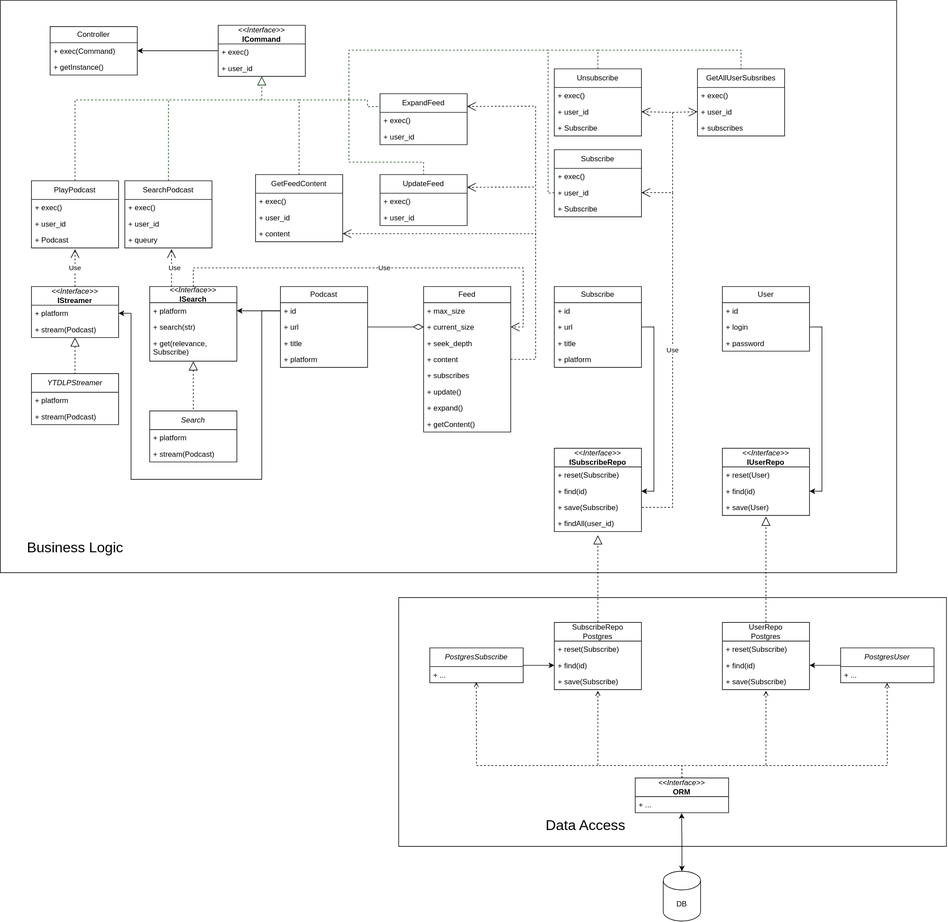
Above: img/UML.svg in TwoTeaToTwo/IU7_Software_Design (draw.io), before the change. Source tidied: cells renumbered, new cells last; positions are measured from the earlier drawing's top-left corner, leaving out a move shared by most shapes.
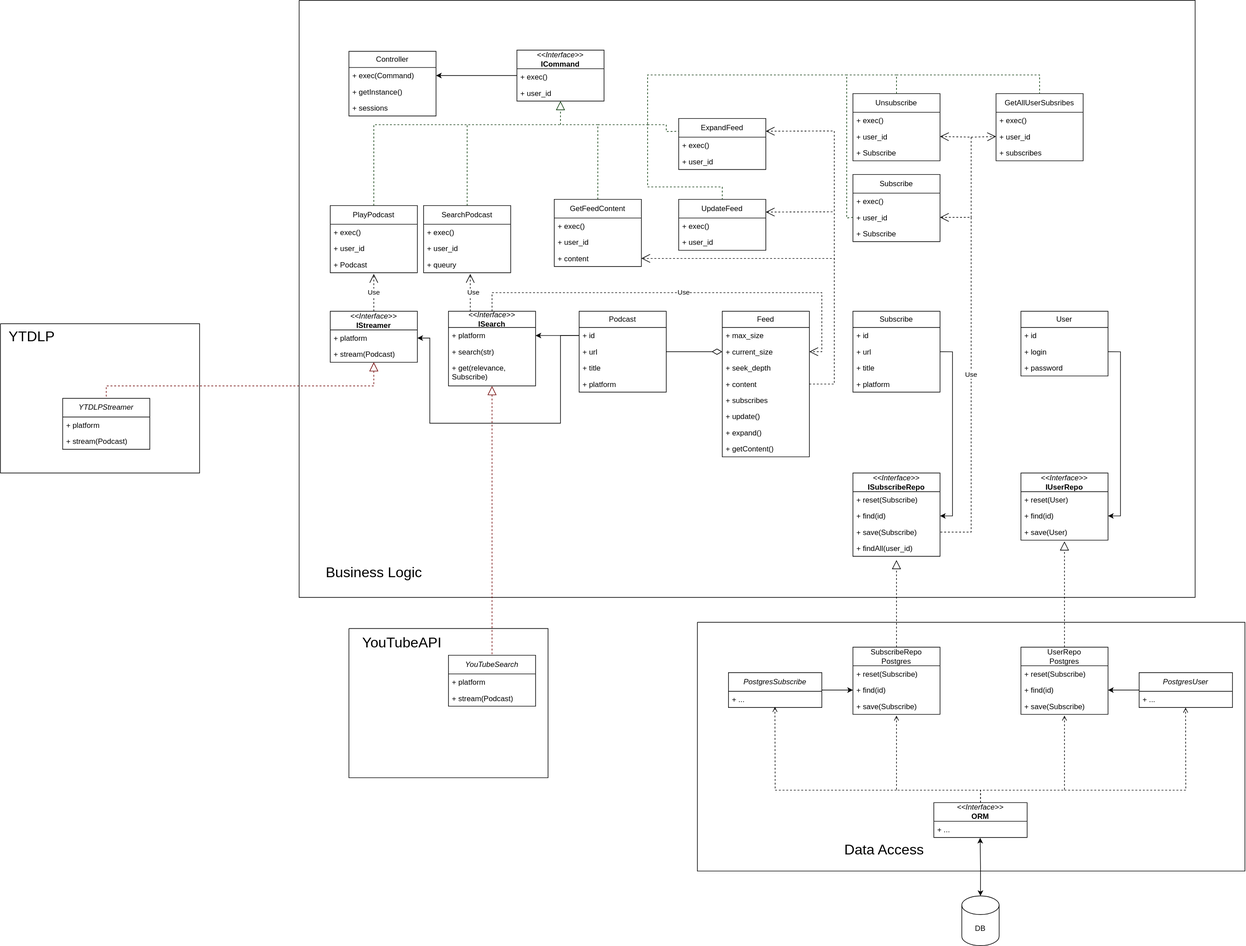
Above is the later version.

The edit, as a diff of the source:
```diff
@@ -132,13 +132,16 @@
       <mxGeometry y="82" width="140" height="26" as="geometry" />
     </mxCell>
     <mxCell id="43" value="Controller" style="swimlane;fontStyle=0;horizontal=1;startSize=26;fillColor=none;whiteSpace=wrap;html=1;" parent="1" vertex="1">
-      <mxGeometry x="80" y="42" width="140" height="78" as="geometry" />
+      <mxGeometry x="80" y="42" width="140" height="104" as="geometry" />
     </mxCell>
     <mxCell id="44" value="+ exec(Command)" style="text;strokeColor=none;fillColor=none;align=left;verticalAlign=top;spacingLeft=4;spacingRight=4;overflow=hidden;points=[[0,0.5],[1,0.5]];portConstraint=eastwest;whiteSpace=wrap;html=1;" parent="43" vertex="1">
       <mxGeometry y="26" width="140" height="26" as="geometry" />
     </mxCell>
+    <mxCell id="136" value="+ getInstance()" style="text;strokeColor=none;fillColor=none;align=left;verticalAlign=top;spacingLeft=4;spacingRight=4;overflow=hidden;whiteSpace=wrap;html=1;" parent="43" vertex="1">
+      <mxGeometry y="52" width="140" height="26" as="geometry" />
+    </mxCell>
-    <mxCell id="45" value="+ getInstance()" style="text;strokeColor=none;fillColor=none;align=left;verticalAlign=top;spacingLeft=4;spacingRight=4;overflow=hidden;whiteSpace=wrap;html=1;" parent="43" vertex="1">
-      <mxGeometry y="52" width="140" height="26" as="geometry" />
+    <mxCell id="45" value="+ sessions" style="text;strokeColor=none;fillColor=none;align=left;verticalAlign=top;spacingLeft=4;spacingRight=4;overflow=hidden;whiteSpace=wrap;html=1;" parent="43" vertex="1">
+      <mxGeometry y="78" width="140" height="26" as="geometry" />
     </mxCell>
     <mxCell id="46" style="edgeStyle=orthogonalEdgeStyle;rounded=0;jettySize=auto;html=1;exitX=0;exitY=0.5;exitDx=0;exitDy=0;entryX=1;entryY=0.5;entryDx=0;entryDy=0;" parent="1" edge="1" source="47" target="44">
       <mxGeometry relative="1" as="geometry" />
@@ -163,10 +166,10 @@
     </mxCell>
     <mxCell id="51" style="endArrow=none;html=1;rounded=0;" parent="1" edge="1">
       <mxGeometry relative="1" as="geometry">
-        <mxPoint as="sourcePoint" />
-        <mxPoint as="targetPoint" />
+        <mxPoint y="-40" as="sourcePoint" />
+        <mxPoint y="-40" as="targetPoint" />
         <Array as="points">
-          <mxPoint x="1440" />
+          <mxPoint x="1440" y="-40" />
           <mxPoint x="1440" y="920" />
           <mxPoint y="920" />
         </Array>
@@ -212,8 +215,8 @@
       <mxGeometry relative="1" as="geometry">
         <Array as="points">
           <mxPoint x="420" y="499" />
-          <mxPoint x="420" y="770" />
-          <mxPoint x="210" y="770" />
+          <mxPoint x="420" y="640" />
+          <mxPoint x="210" y="640" />
           <mxPoint x="210" y="503" />
         </Array>
       </mxGeometry>
@@ -297,7 +300,7 @@
       </mxGeometry>
     </mxCell>
     <mxCell id="81" value="&lt;i&gt;YTDLPStreamer&lt;/i&gt;" style="swimlane;fontStyle=0;horizontal=1;startSize=30;fillColor=none;whiteSpace=wrap;html=1;" parent="1" vertex="1">
-      <mxGeometry x="50" y="600" width="140" height="82" as="geometry" />
+      <mxGeometry x="-380" y="600" width="140" height="82" as="geometry" />
     </mxCell>
     <mxCell id="82" value="+ platform" style="text;strokeColor=none;fillColor=none;align=left;verticalAlign=top;spacingLeft=4;spacingRight=4;overflow=hidden;whiteSpace=wrap;html=1;" parent="81" vertex="1">
       <mxGeometry y="30" width="140" height="26" as="geometry" />
@@ -315,11 +318,16 @@
         <mxPoint x="1230" y="830" as="targetPoint" />
       </mxGeometry>
     </mxCell>
-    <mxCell id="86" style="endArrow=none;dashed=1;endFill=0;endSize=12;html=1;rounded=0;exitX=0.5;exitY=1;exitDx=0;exitDy=0;entryX=0.5;entryY=0;entryDx=0;entryDy=0;startArrow=block;startFill=0;startSize=12;" parent="1" edge="1" source="29" target="81">
-      <mxGeometry relative="1" as="geometry" />
+    <mxCell id="86" style="endArrow=none;dashed=1;endFill=0;endSize=12;html=1;rounded=0;exitX=0.5;exitY=1;exitDx=0;exitDy=0;entryX=0.5;entryY=0;entryDx=0;entryDy=0;startArrow=block;startFill=0;startSize=12;fillColor=#a20025;strokeColor=#6F0000;" parent="1" edge="1" source="29" target="81">
+      <mxGeometry relative="1" as="geometry">
+        <Array as="points">
+          <mxPoint x="120" y="580" />
+          <mxPoint x="-310" y="580" />
+        </Array>
+      </mxGeometry>
     </mxCell>
-    <mxCell id="87" value="&lt;i&gt;Search&lt;/i&gt;" style="swimlane;fontStyle=0;horizontal=1;startSize=30;fillColor=none;whiteSpace=wrap;html=1;" parent="1" vertex="1">
-      <mxGeometry x="240" y="660" width="140" height="82" as="geometry" />
+    <mxCell id="87" value="&lt;i&gt;YouTubeSearch&lt;/i&gt;" style="swimlane;fontStyle=0;horizontal=1;startSize=30;fillColor=none;whiteSpace=wrap;html=1;" parent="1" vertex="1">
+      <mxGeometry x="240" y="1013" width="140" height="82" as="geometry" />
     </mxCell>
     <mxCell id="88" value="+ platform" style="text;strokeColor=none;fillColor=none;align=left;verticalAlign=top;spacingLeft=4;spacingRight=4;overflow=hidden;whiteSpace=wrap;html=1;" parent="87" vertex="1">
       <mxGeometry y="30" width="140" height="26" as="geometry" />
@@ -327,7 +335,7 @@
     <mxCell id="89" value="+ stream(Podcast)" style="text;strokeColor=none;fillColor=none;align=left;verticalAlign=top;spacingLeft=4;spacingRight=4;overflow=hidden;whiteSpace=wrap;html=1;" parent="87" vertex="1">
       <mxGeometry y="56" width="140" height="26" as="geometry" />
     </mxCell>
-    <mxCell id="90" style="endArrow=none;dashed=1;endFill=0;endSize=12;html=1;rounded=0;exitX=0.5;exitY=1.006;exitDx=0;exitDy=0;entryX=0.5;entryY=0;entryDx=0;entryDy=0;exitPerimeter=0;startSize=12;startArrow=block;startFill=0;" parent="1" edge="1" source="28" target="87">
+    <mxCell id="90" style="endArrow=none;dashed=1;endFill=0;endSize=12;html=1;rounded=0;exitX=0.5;exitY=1.006;exitDx=0;exitDy=0;entryX=0.5;entryY=0;entryDx=0;entryDy=0;exitPerimeter=0;startSize=12;startArrow=block;startFill=0;fillColor=#a20025;strokeColor=#6F0000;" parent="1" edge="1" source="28" target="87">
       <mxGeometry relative="1" as="geometry" />
     </mxCell>
     <mxCell id="91" value="SearchPodcast" style="swimlane;fontStyle=0;horizontal=1;startSize=30;fillColor=none;whiteSpace=wrap;html=1;" parent="1" vertex="1">
@@ -530,5 +538,33 @@
         </Array>
       </mxGeometry>
     </mxCell>
+    <mxCell id="137" style="endArrow=none;html=1;rounded=0;" parent="1" edge="1">
+      <mxGeometry relative="1" as="geometry">
+        <mxPoint x="-480" y="480" as="sourcePoint" />
+        <mxPoint x="-480" y="480" as="targetPoint" />
+        <Array as="points">
+          <mxPoint x="-480" y="720" />
+          <mxPoint x="-160" y="720" />
+          <mxPoint x="-160" y="480" />
+        </Array>
+      </mxGeometry>
+    </mxCell>
+    <mxCell id="138" value="&lt;font style=&quot;font-size: 23px;&quot;&gt;YTDLP&lt;/font&gt;" style="text;html=1;align=center;verticalAlign=middle;strokeColor=none;fillColor=none;" parent="1" vertex="1">
+      <mxGeometry x="-480" y="481" width="100" height="40" as="geometry" />
+    </mxCell>
+    <mxCell id="139" style="endArrow=none;html=1;rounded=0;" parent="1" edge="1">
+      <mxGeometry relative="1" as="geometry">
+        <mxPoint x="80" y="970" as="sourcePoint" />
+        <mxPoint x="80" y="970" as="targetPoint" />
+        <Array as="points">
+          <mxPoint x="80" y="1210" />
+          <mxPoint x="400" y="1210" />
+          <mxPoint x="400" y="970" />
+        </Array>
+      </mxGeometry>
+    </mxCell>
+    <mxCell id="140" value="&lt;font style=&quot;font-size: 23px;&quot;&gt;YouTubeAPI&lt;/font&gt;" style="text;html=1;align=center;verticalAlign=middle;strokeColor=none;fillColor=none;" parent="1" vertex="1">
+      <mxGeometry x="90" y="973" width="150" height="40" as="geometry" />
+    </mxCell>
   </root>
 </mxGraphModel>
```
